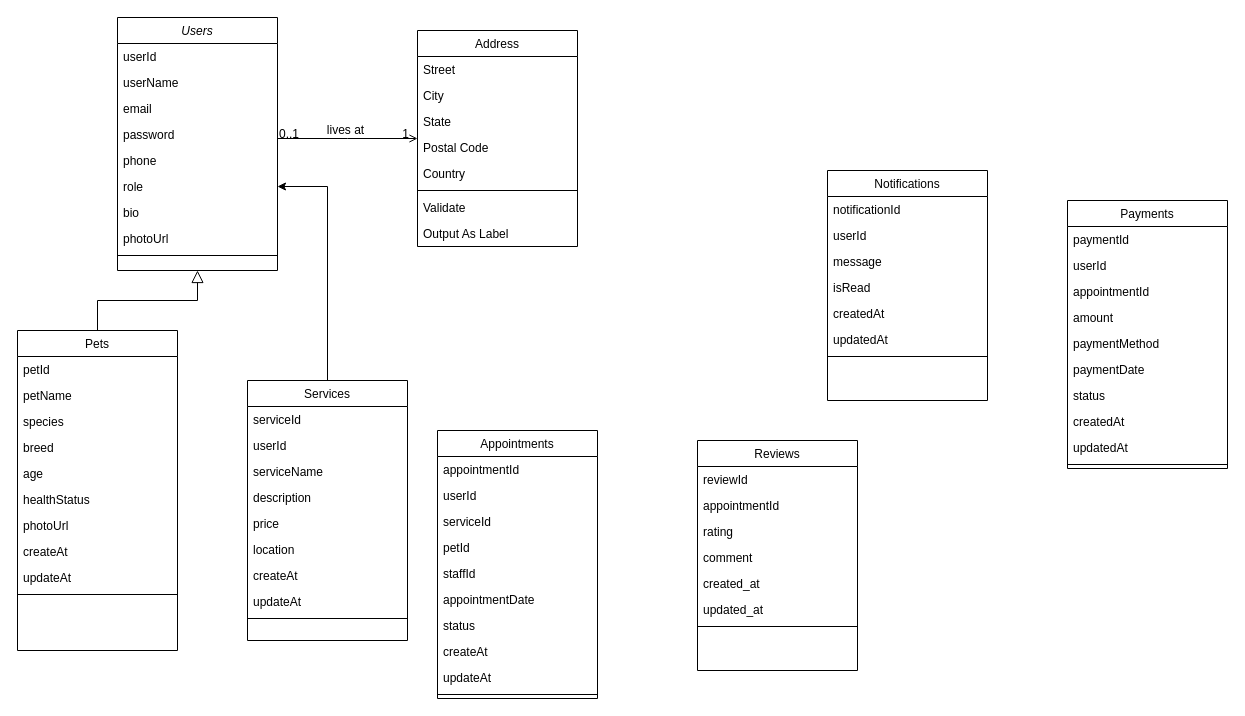
The draw.io diagram ClassDiagram.drawio in flss2502/Booking-Pet-Services-AndroidApp, before the edit. Source tidied: cells renumbered, new cells numbered last; positions are measured from the earlier drawing's top-left corner, leaving out a move shared by most shapes. Both pictures are drawn from the tidied source at 100%, with x=0, y=0 at pixel (17, 17).
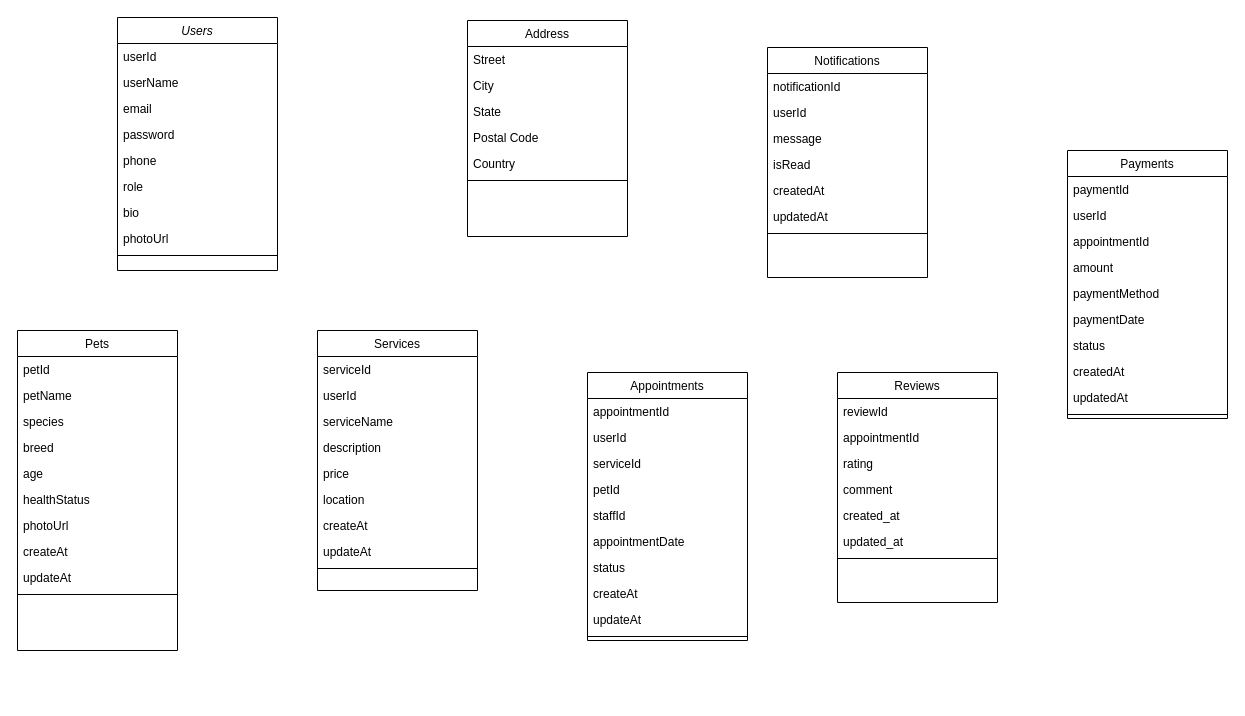
Above is the later version.

Unchanged cells that the change refers to:
```xml
<mxCell id="2" value="Users" style="swimlane;fontStyle=2;align=center;verticalAlign=top;horizontal=1;startSize=26;rounded=0;shadow=0;strokeWidth=1;" parent="1" vertex="1">
  <mxGeometry x="100" width="160" height="253" as="geometry" />
</mxCell>
<mxCell id="8" value="role" style="text;align=left;verticalAlign=top;spacingLeft=4;spacingRight=4;overflow=hidden;points=[[0,0.5],[1,0.5]];portConstraint=eastwest;rounded=0;shadow=0;html=0;" parent="2" vertex="1">
  <mxGeometry y="156" width="160" height="26" as="geometry" />
</mxCell>
<mxCell id="12" value="Pets" style="swimlane;fontStyle=0;align=center;verticalAlign=top;horizontal=1;startSize=26;rounded=0;shadow=0;strokeWidth=1;" parent="1" vertex="1">
  <mxGeometry y="313" width="160" height="320" as="geometry" />
</mxCell>
```

Diff of the diagram source:
```diff
@@
-    <mxCell id="23" style="endArrow=block;endSize=10;endFill=0;shadow=0;strokeWidth=1;rounded=0;curved=0;edgeStyle=elbowEdgeStyle;elbow=vertical;" parent="1" edge="1" source="12" target="2">
-      <mxGeometry relative="1" as="geometry" />
-    </mxCell>
-    <mxCell id="24" style="edgeStyle=orthogonalEdgeStyle;rounded=0;jettySize=auto;html=1;exitX=0.5;exitY=0;exitDx=0;exitDy=0;entryX=1;entryY=0.5;entryDx=0;entryDy=0;" parent="1" edge="1" source="25" target="8">
-      <mxGeometry relative="1" as="geometry" />
-    </mxCell>
     <mxCell id="25" value="Services" style="swimlane;fontStyle=0;align=center;verticalAlign=top;horizontal=1;startSize=26;rounded=0;shadow=0;strokeWidth=1;" parent="1" vertex="1">
-      <mxGeometry x="230" y="363" width="160" height="260" as="geometry" />
+      <mxGeometry x="300" y="313" width="160" height="260" as="geometry" />
     </mxCell>
@@
     <mxCell id="35" value="Address" style="swimlane;fontStyle=0;align=center;verticalAlign=top;horizontal=1;startSize=26;rounded=0;shadow=0;strokeWidth=1;" parent="1" vertex="1">
-      <mxGeometry x="400" y="13" width="160" height="216" as="geometry" />
+      <mxGeometry x="450" y="3" width="160" height="216" as="geometry" />
     </mxCell>
@@
-    <mxCell id="42" value="Validate" style="text;align=left;verticalAlign=top;spacingLeft=4;spacingRight=4;overflow=hidden;" parent="35" vertex="1">
-      <mxGeometry y="164" width="160" height="26" as="geometry" />
-    </mxCell>
-    <mxCell id="43" value="Output As Label" style="text;align=left;verticalAlign=top;spacingLeft=4;spacingRight=4;overflow=hidden;" parent="35" vertex="1">
-      <mxGeometry y="190" width="160" height="26" as="geometry" />
-    </mxCell>
-    <mxCell id="44" style="endArrow=open;shadow=0;strokeWidth=1;rounded=0;curved=0;endFill=1;edgeStyle=elbowEdgeStyle;elbow=vertical;" parent="1" edge="1" source="2" target="35">
-      <mxGeometry x="0.5" y="41" relative="1" as="geometry">
-        <mxPoint x="-40" y="32" as="offset" />
-      </mxGeometry>
-    </mxCell>
-    <mxCell id="45" value="0..1" style="align=left;verticalAlign=bottom;labelBackgroundColor=none;fontSize=12;" parent="44" vertex="1">
-      <mxGeometry x="-1" relative="1" as="geometry">
-        <mxPoint y="4" as="offset" />
-      </mxGeometry>
-    </mxCell>
-    <mxCell id="46" value="1" style="align=right;verticalAlign=bottom;labelBackgroundColor=none;fontSize=12;" parent="44" vertex="1">
-      <mxGeometry x="1" relative="1" as="geometry">
-        <mxPoint x="-7" y="4" as="offset" />
-      </mxGeometry>
-    </mxCell>
-    <mxCell id="47" value="lives at" style="text;html=1;align=center;verticalAlign=middle;labelBackgroundColor=none;rounded=0;shadow=0;strokeWidth=1;fontSize=12;" parent="44" vertex="1">
-      <mxGeometry x="0.5" y="49" relative="1" as="geometry">
-        <mxPoint x="-38" y="40" as="offset" />
-      </mxGeometry>
-    </mxCell>
     <mxCell id="48" value="Appointments" style="swimlane;fontStyle=0;align=center;verticalAlign=top;horizontal=1;startSize=26;rounded=0;shadow=0;strokeWidth=1;" parent="1" vertex="1">
-      <mxGeometry x="420" y="413" width="160" height="268" as="geometry" />
+      <mxGeometry x="570" y="355" width="160" height="268" as="geometry" />
     </mxCell>
@@
     <mxCell id="59" value="Reviews" style="swimlane;fontStyle=0;align=center;verticalAlign=top;horizontal=1;startSize=26;rounded=0;shadow=0;strokeWidth=1;" parent="1" vertex="1">
-      <mxGeometry x="680" y="423" width="160" height="230" as="geometry" />
+      <mxGeometry x="820" y="355" width="160" height="230" as="geometry" />
     </mxCell>
@@
     <mxCell id="67" value="Notifications" style="swimlane;fontStyle=0;align=center;verticalAlign=top;horizontal=1;startSize=26;rounded=0;shadow=0;strokeWidth=1;" parent="1" vertex="1">
-      <mxGeometry x="810" y="153" width="160" height="230" as="geometry" />
+      <mxGeometry x="750" y="30" width="160" height="230" as="geometry" />
     </mxCell>
@@
     <mxCell id="75" value="Payments" style="swimlane;fontStyle=0;align=center;verticalAlign=top;horizontal=1;startSize=26;rounded=0;shadow=0;strokeWidth=1;" parent="1" vertex="1">
-      <mxGeometry x="1050" y="183" width="160" height="268" as="geometry" />
+      <mxGeometry x="1050" y="133" width="160" height="268" as="geometry" />
     </mxCell>
```
